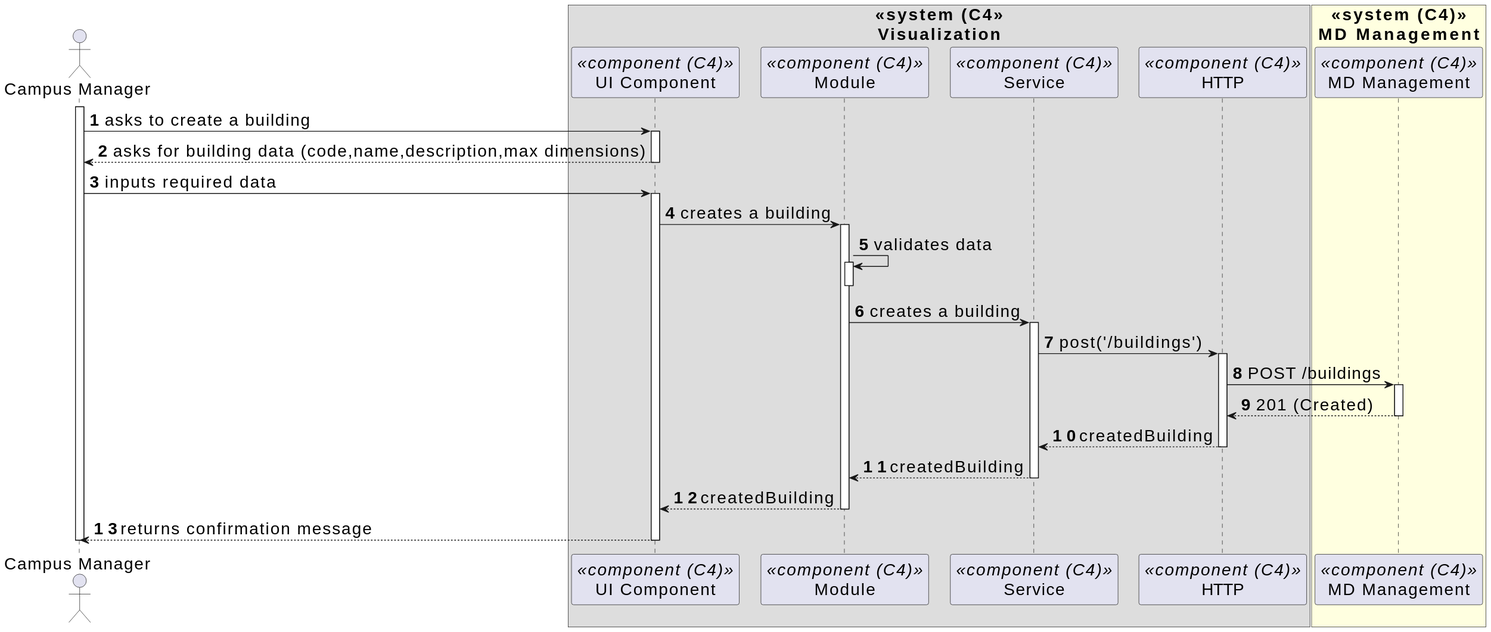
Above: _wiki/sprint-b/us25-1070/views/level-3/assets/process-view.svg in miseEnPlace-dev/lapr5 (PlantUML), before the change. Its diagram source:
```plantuml
@startuml
skinparamlocked defaultFontSize 20
autonumber
skinparam DefaultTextAlignment<<center>> center

actor CM as "Campus Manager"
box "<<system (C4>>\nVisualization"<<center>>
  participant CMP as "UI Component" <<component (C4)>>
  participant MOD as "Module" <<component (C4)>>
  participant SRV as "Service" <<component (C4)>>
  participant HTTP as "HTTP" <<component (C4)>>
end box

box "<<system (C4)>>\nMD Management" <<center>>#LightYellow
  participant MDM as "MD Management" <<component (C4)>>
end box

activate CM

CM -> CMP : asks to create a building
activate CMP

CM <-- CMP : asks for building data (code,name,description,max dimensions)
deactivate CMP

CM -> CMP : inputs required data
activate CMP
CMP -> MOD : creates a building
activate MOD
MOD -> MOD : validates data
activate MOD
deactivate MOD
MOD -> SRV : creates a building
activate SRV
SRV -> HTTP : post('/buildings')

activate HTTP

HTTP -> MDM : POST /buildings
activate MDM
MDM --> HTTP : 201 (Created)
deactivate MDM

HTTP --> SRV : createdBuilding
deactivate HTTP

SRV --> MOD : createdBuilding
deactivate SRV
MOD --> CMP : createdBuilding
deactivate MOD

CM <-- CMP : returns confirmation message
deactivate CMP


deactivate CM
@enduml
```
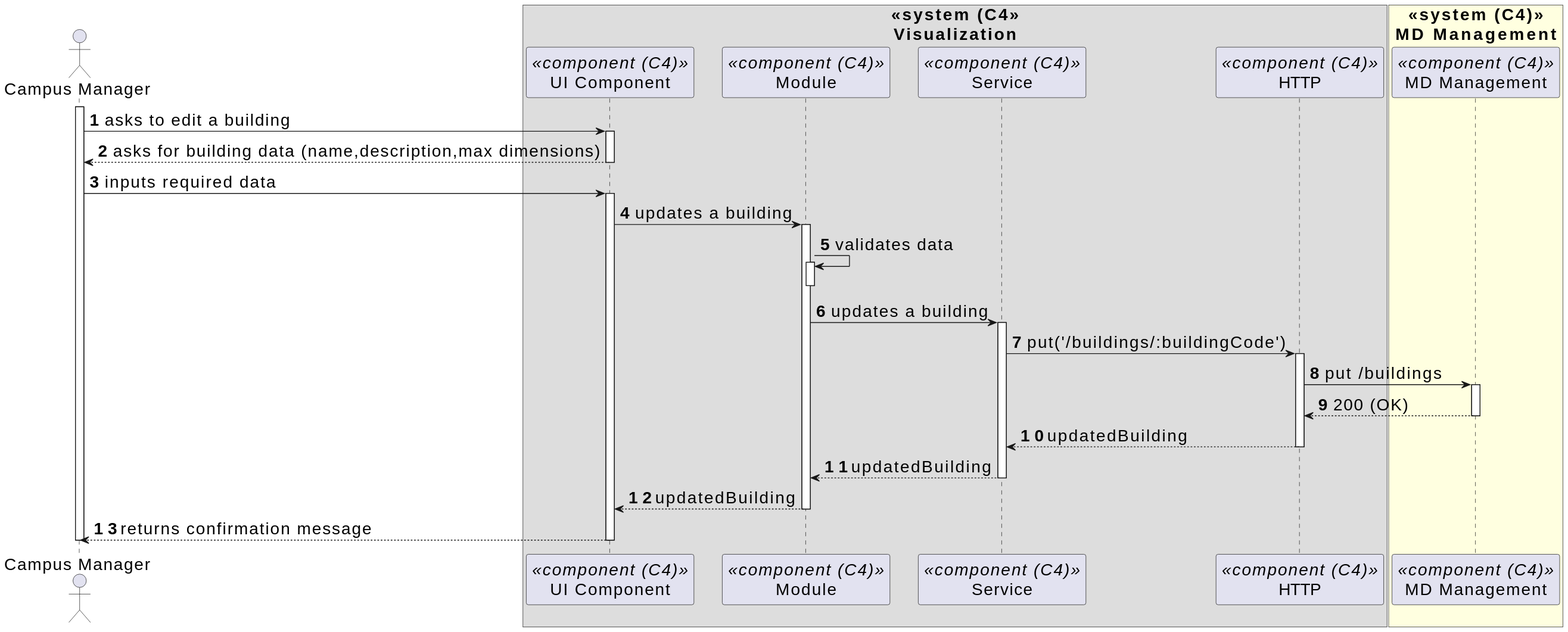
The same diagram one commit later.

What changed in the source:
```diff
@@ -17,36 +17,36 @@
 
 activate CM
 
-CM -> CMP : asks to create a building
+CM -> CMP : asks to edit a building
 activate CMP
 
-CM <-- CMP : asks for building data (code,name,description,max dimensions)
+CM <-- CMP : asks for building data (name,description,max dimensions)
 deactivate CMP
 
 CM -> CMP : inputs required data
 activate CMP
-CMP -> MOD : creates a building
+CMP -> MOD : updates a building
 activate MOD
 MOD -> MOD : validates data
 activate MOD
 deactivate MOD
-MOD -> SRV : creates a building
+MOD -> SRV : updates a building
 activate SRV
-SRV -> HTTP : post('/buildings')
+SRV -> HTTP : put('/buildings/:buildingCode')
 
 activate HTTP
 
-HTTP -> MDM : POST /buildings
+HTTP -> MDM : put /buildings
 activate MDM
-MDM --> HTTP : 201 (Created)
+MDM --> HTTP : 200 (OK)
 deactivate MDM
 
-HTTP --> SRV : createdBuilding
+HTTP --> SRV : updatedBuilding
 deactivate HTTP
 
-SRV --> MOD : createdBuilding
+SRV --> MOD : updatedBuilding
 deactivate SRV
-MOD --> CMP : createdBuilding
+MOD --> CMP : updatedBuilding
 deactivate MOD
 
 CM <-- CMP : returns confirmation message
```
